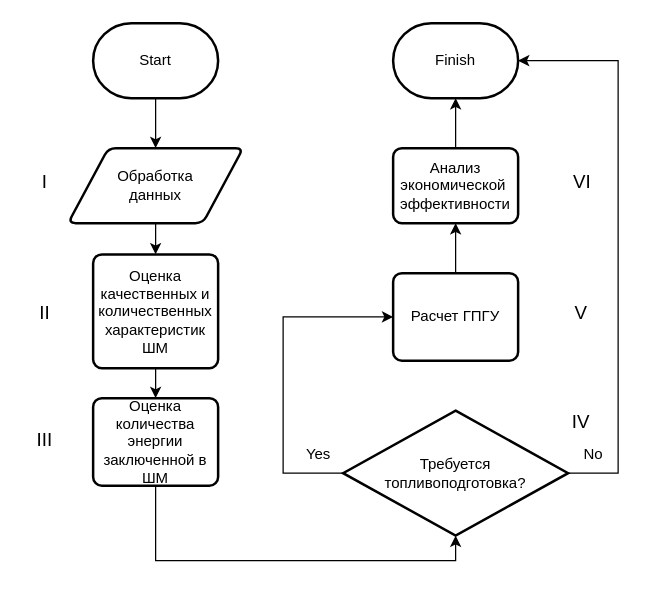
This is Диаграмма без названия.drawio from Randyrofed/CMM, a draw.io file, before an edit. Source tidied: cells renumbered, new cells numbered last; positions are measured from the earlier drawing's top-left corner, leaving out a move shared by most shapes. Both pictures are drawn from the tidied source at 125%, with x=0, y=0 at pixel (21, 22).
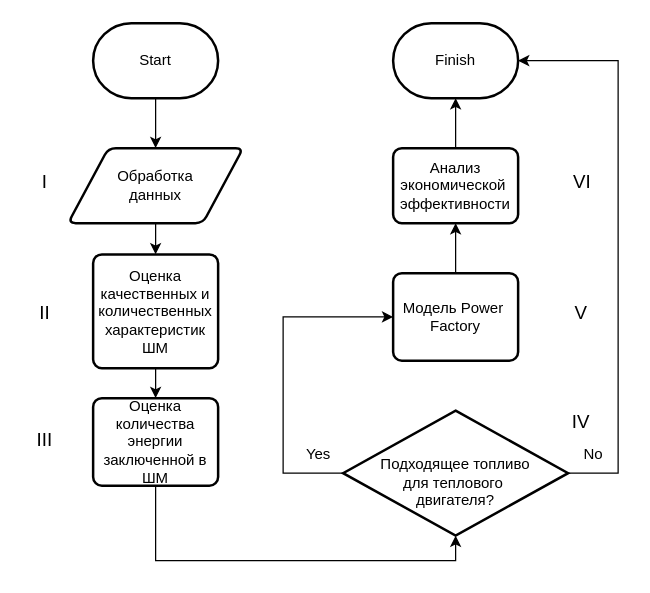
After the change.

The edit, as a diff of the source:
```diff
@@
-    <mxCell id="12" value="Требуется &lt;br&gt;топливоподготовка?" style="strokeWidth=2;html=1;shape=mxgraph.flowchart.decision;whiteSpace=wrap;" parent="1" vertex="1">
+    <mxCell id="12" value="&lt;br&gt;Подходящее топливо&lt;br&gt;для теплового&amp;nbsp;&lt;br&gt;двигателя?" style="strokeWidth=2;html=1;shape=mxgraph.flowchart.decision;whiteSpace=wrap;" parent="1" vertex="1">
       <mxGeometry x="257" y="310" width="180" height="100" as="geometry" />
     </mxCell>
@@
-    <mxCell id="14" value="Расчет ГПГУ" style="rounded=1;whiteSpace=wrap;html=1;absoluteArcSize=1;arcSize=14;strokeWidth=2;" parent="1" vertex="1">
+    <mxCell id="14" value="Модель Power&amp;nbsp;&lt;br&gt;Factory" style="rounded=1;whiteSpace=wrap;html=1;absoluteArcSize=1;arcSize=14;strokeWidth=2;" parent="1" vertex="1">
       <mxGeometry x="297" y="200" width="100" height="70" as="geometry" />
     </mxCell>
```
